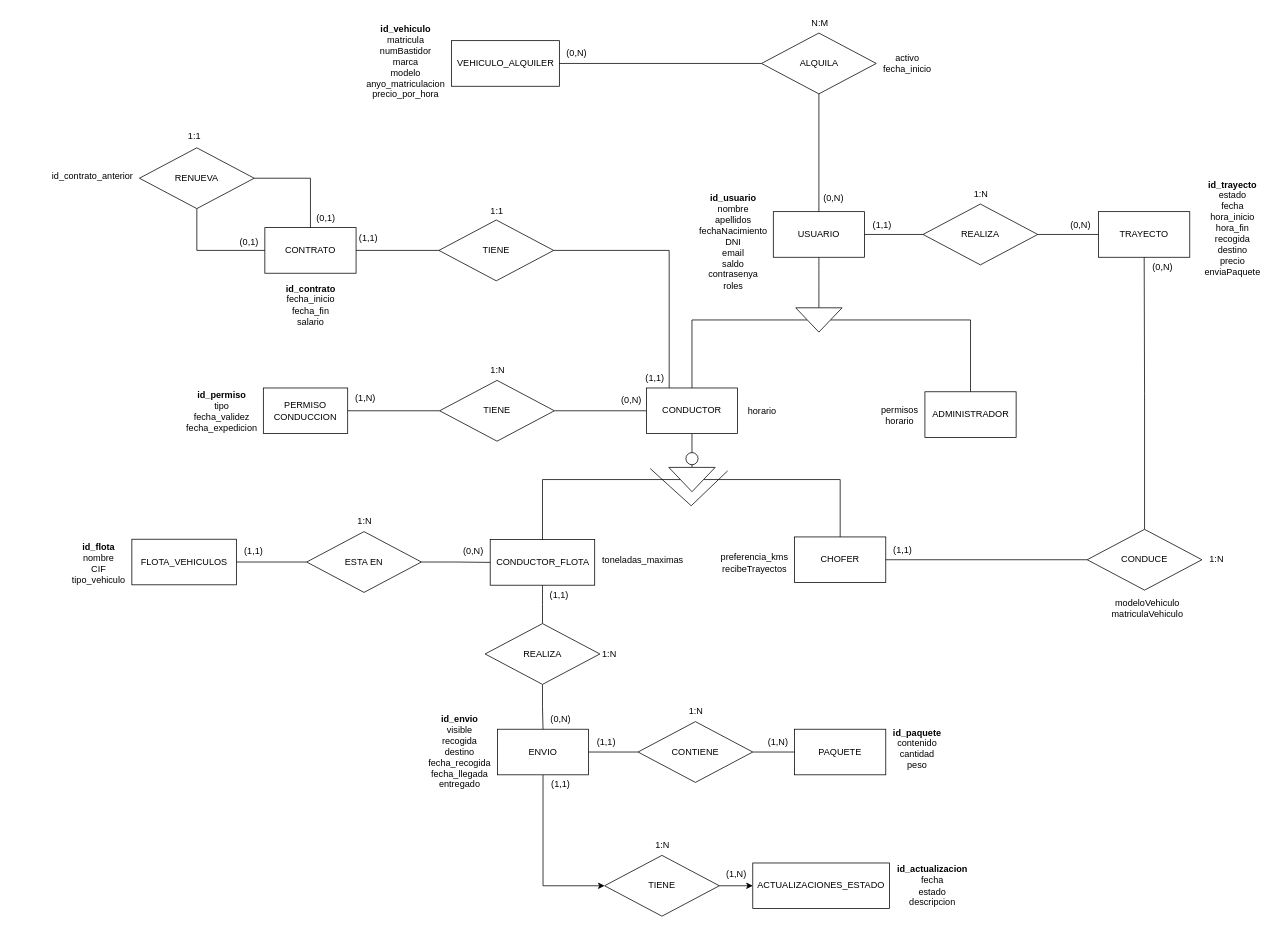
Above: Documentation/Diagrams/MER.drawio in Jojo1542/Proyecto-Drivehub (draw.io), before the change. Source tidied: cells renumbered, new cells numbered last; positions are measured from the earlier drawing's top-left corner, leaving out a move shared by most shapes. Both pictures are drawn from the tidied source at 76%, with x=0, y=0 at pixel (44, 13).
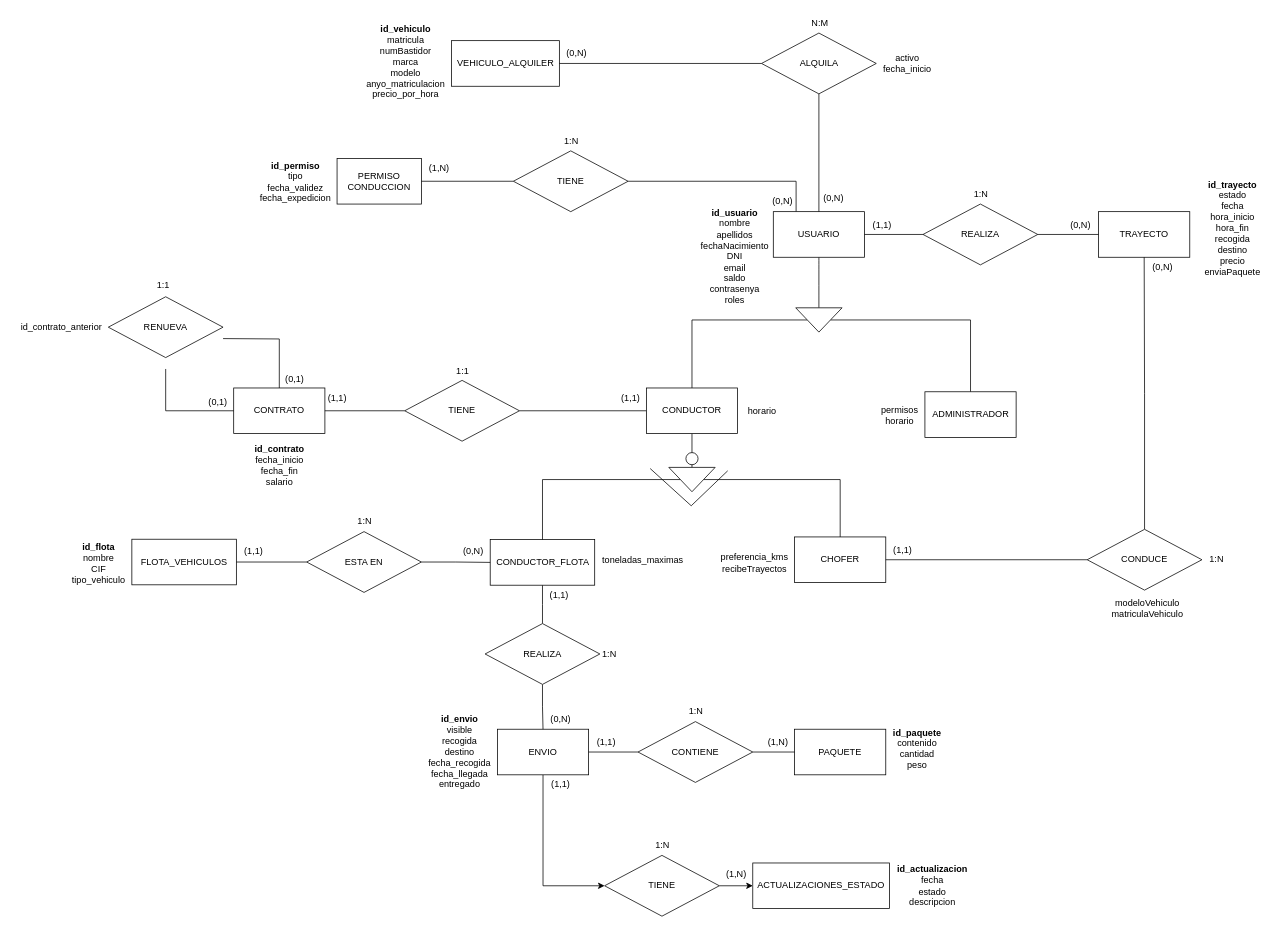
The same diagram, later.

The change refers to these unchanged cells:
```xml
<mxCell id="3" value="USUARIO" style="rounded=0;whiteSpace=wrap;html=1;" parent="1" vertex="1">
  <mxGeometry x="959" y="261" width="120" height="60" as="geometry" />
</mxCell>
<mxCell id="31" value="CONDUCTOR" style="rounded=0;whiteSpace=wrap;html=1;" parent="1" vertex="1">
  <mxGeometry x="792" y="493" width="120" height="60" as="geometry" />
</mxCell>
```

What changed in the source:
```diff
@@
+    <mxCell id="101" style="edgeStyle=orthogonalEdgeStyle;rounded=0;jettySize=auto;html=1;exitX=0.25;exitY=0;exitDx=0;exitDy=0;entryX=1;entryY=0.5;entryDx=0;entryDy=0;endArrow=none;endFill=0;" parent="1" edge="1" source="3" target="28">
+      <mxGeometry relative="1" as="geometry" />
+    </mxCell>
@@
     <mxCell id="8" value="&lt;b&gt;id_usuario&lt;/b&gt;&lt;div&gt;nombre&lt;/div&gt;&lt;div&gt;apellidos&lt;/div&gt;&lt;div&gt;fechaNacimiento&lt;/div&gt;&lt;div&gt;DNI&lt;/div&gt;&lt;div&gt;email&lt;/div&gt;&lt;div&gt;saldo&lt;/div&gt;&lt;div&gt;contrasenya&lt;br&gt;&lt;/div&gt;&lt;div&gt;roles&lt;/div&gt;" style="text;html=1;align=center;verticalAlign=middle;strokeColor=none;fillColor=none;" parent="1" vertex="1">
-      <mxGeometry x="852" y="232" width="107" height="138" as="geometry" />
+      <mxGeometry x="854" y="251" width="107" height="138" as="geometry" />
     </mxCell>
     <mxCell id="9" value="PERMISO&lt;br&gt;CONDUCCION" style="rounded=0;whiteSpace=wrap;html=1;" parent="1" vertex="1">
-      <mxGeometry x="288" y="493" width="111" height="60" as="geometry" />
+      <mxGeometry x="385" y="191" width="111" height="60" as="geometry" />
     </mxCell>
     <mxCell id="10" value="&lt;b&gt;id_permiso&lt;/b&gt;&lt;div&gt;tipo&lt;/div&gt;&lt;div&gt;&lt;div&gt;fecha_validez&lt;/div&gt;&lt;div&gt;fecha_expedicion&lt;/div&gt;&lt;/div&gt;" style="text;html=1;align=center;verticalAlign=middle;strokeColor=none;fillColor=none;" parent="1" vertex="1">
-      <mxGeometry x="177" y="489" width="111" height="70" as="geometry" />
+      <mxGeometry x="274" y="187" width="111" height="70" as="geometry" />
     </mxCell>
@@
-    <mxCell id="27" style="edgeStyle=orthogonalEdgeStyle;rounded=0;jettySize=auto;html=1;endArrow=none;endFill=0;" parent="1" edge="1" source="28" target="31">
-      <mxGeometry relative="1" as="geometry" />
-    </mxCell>
     <mxCell id="28" value="TIENE" style="rhombus;whiteSpace=wrap;html=1;" parent="1" vertex="1">
-      <mxGeometry x="520" y="483" width="151" height="80" as="geometry" />
+      <mxGeometry x="617" y="181" width="151" height="80" as="geometry" />
     </mxCell>
@@
-    <mxCell id="30" style="edgeStyle=orthogonalEdgeStyle;rounded=0;jettySize=auto;html=1;exitX=0.25;exitY=0;exitDx=0;exitDy=0;entryX=1;entryY=0.5;entryDx=0;entryDy=0;endArrow=none;endFill=0;" parent="1" edge="1" source="31" target="51">
+    <mxCell id="30" style="edgeStyle=orthogonalEdgeStyle;rounded=0;jettySize=auto;html=1;endArrow=none;endFill=0;" parent="1" edge="1" source="31" target="51">
       <mxGeometry relative="1" as="geometry" />
     </mxCell>
@@
     <mxCell id="38" value="1:N" style="text;html=1;align=center;verticalAlign=middle;strokeColor=none;fillColor=none;" parent="1" vertex="1">
-      <mxGeometry x="577.5" y="457" width="37" height="26" as="geometry" />
+      <mxGeometry x="674.5" y="155" width="37" height="26" as="geometry" />
     </mxCell>
     <mxCell id="39" value="(0,N)" style="text;html=1;align=center;verticalAlign=middle;strokeColor=none;fillColor=none;" parent="1" vertex="1">
-      <mxGeometry x="749" y="495.5" width="45" height="26" as="geometry" />
+      <mxGeometry x="948" y="235" width="45" height="26" as="geometry" />
     </mxCell>
     <mxCell id="40" value="(1,N)" style="text;html=1;align=center;verticalAlign=middle;strokeColor=none;fillColor=none;" parent="1" vertex="1">
-      <mxGeometry x="399" y="493" width="45" height="26" as="geometry" />
+      <mxGeometry x="496" y="191" width="45" height="26" as="geometry" />
     </mxCell>
     <mxCell id="41" value="CONTRATO" style="rounded=0;whiteSpace=wrap;html=1;" parent="1" vertex="1">
-      <mxGeometry x="290" y="282" width="120" height="60" as="geometry" />
+      <mxGeometry x="249" y="493" width="120" height="60" as="geometry" />
     </mxCell>
     <mxCell id="42" value="&lt;div&gt;&lt;div&gt;&lt;b&gt;id_contrato&lt;/b&gt;&lt;/div&gt;&lt;/div&gt;&lt;div&gt;fecha_inicio&lt;/div&gt;&lt;div&gt;fecha_fin&lt;/div&gt;&lt;div&gt;&lt;span style=&quot;background-color: initial;&quot;&gt;salario&lt;/span&gt;&lt;br&gt;&lt;/div&gt;" style="text;html=1;align=center;verticalAlign=middle;strokeColor=none;fillColor=none;" parent="1" vertex="1">
-      <mxGeometry x="308.5" y="349" width="83" height="70" as="geometry" />
+      <mxGeometry x="267.5" y="560" width="83" height="70" as="geometry" />
     </mxCell>
-    <mxCell id="43" style="edgeStyle=orthogonalEdgeStyle;rounded=0;jettySize=auto;html=1;entryX=0.5;entryY=0;entryDx=0;entryDy=0;endArrow=none;endFill=0;" parent="1" edge="1" source="45" target="41">
-      <mxGeometry relative="1" as="geometry" />
+    <mxCell id="43" style="edgeStyle=orthogonalEdgeStyle;rounded=0;jettySize=auto;html=1;entryX=0.5;entryY=0;entryDx=0;entryDy=0;endArrow=none;endFill=0;" parent="1" edge="1" target="41">
+      <mxGeometry relative="1" as="geometry">
+        <mxPoint x="235" y="428" as="sourcePoint" />
+      </mxGeometry>
     </mxCell>
-    <mxCell id="44" style="edgeStyle=orthogonalEdgeStyle;rounded=0;jettySize=auto;html=1;entryX=0;entryY=0.5;entryDx=0;entryDy=0;endArrow=none;endFill=0;" parent="1" edge="1" source="45" target="41">
+    <mxCell id="44" style="edgeStyle=orthogonalEdgeStyle;rounded=0;jettySize=auto;html=1;entryX=0;entryY=0.5;entryDx=0;entryDy=0;endArrow=none;endFill=0;" parent="1" edge="1" target="41">
       <mxGeometry relative="1" as="geometry">
+        <mxPoint x="159.5" y="468" as="sourcePoint" />
         <Array as="points">
-          <mxPoint x="200" y="312" />
+          <mxPoint x="159" y="523" />
         </Array>
       </mxGeometry>
     </mxCell>
     <mxCell id="45" value="RENUEVA" style="rhombus;whiteSpace=wrap;html=1;" parent="1" vertex="1">
-      <mxGeometry x="125" y="177" width="151" height="80" as="geometry" />
+      <mxGeometry x="84" y="373" width="151" height="80" as="geometry" />
     </mxCell>
     <mxCell id="46" value="id_contrato_anterior" style="text;html=1;align=center;verticalAlign=middle;strokeColor=none;fillColor=none;" parent="1" vertex="1">
-      <mxGeometry y="201" width="125" height="26" as="geometry" />
+      <mxGeometry x="-41" y="400" width="125" height="26" as="geometry" />
     </mxCell>
     <mxCell id="47" value="1:1" style="text;html=1;align=center;verticalAlign=middle;strokeColor=none;fillColor=none;" parent="1" vertex="1">
-      <mxGeometry x="179" y="149" width="35" height="26" as="geometry" />
+      <mxGeometry x="138" y="345" width="35" height="26" as="geometry" />
     </mxCell>
     <mxCell id="48" value="(0,1)" style="text;html=1;align=center;verticalAlign=middle;strokeColor=none;fillColor=none;" parent="1" vertex="1">
-      <mxGeometry x="348.5" y="257" width="43" height="26" as="geometry" />
+      <mxGeometry x="307.5" y="468" width="43" height="26" as="geometry" />
     </mxCell>
     <mxCell id="49" value="(0,1)" style="text;html=1;align=center;verticalAlign=middle;strokeColor=none;fillColor=none;" parent="1" vertex="1">
-      <mxGeometry x="247" y="288" width="43" height="26" as="geometry" />
+      <mxGeometry x="206" y="499" width="43" height="26" as="geometry" />
     </mxCell>
@@
     <mxCell id="51" value="TIENE" style="rhombus;whiteSpace=wrap;html=1;" parent="1" vertex="1">
-      <mxGeometry x="519" y="272" width="151" height="80" as="geometry" />
+      <mxGeometry x="474" y="483" width="151" height="80" as="geometry" />
     </mxCell>
     <mxCell id="52" value="1:1" style="text;html=1;align=center;verticalAlign=middle;strokeColor=none;fillColor=none;" parent="1" vertex="1">
-      <mxGeometry x="577.5" y="248" width="35" height="26" as="geometry" />
+      <mxGeometry x="532" y="458" width="35" height="26" as="geometry" />
     </mxCell>
     <mxCell id="53" value="(1,1)" style="text;html=1;align=center;verticalAlign=middle;strokeColor=none;fillColor=none;" parent="1" vertex="1">
-      <mxGeometry x="781" y="467" width="43" height="26" as="geometry" />
+      <mxGeometry x="749" y="493" width="43" height="26" as="geometry" />
     </mxCell>
     <mxCell id="54" value="(1,1)" style="text;html=1;align=center;verticalAlign=middle;strokeColor=none;fillColor=none;" parent="1" vertex="1">
-      <mxGeometry x="404" y="283" width="43" height="26" as="geometry" />
+      <mxGeometry x="363" y="494" width="43" height="26" as="geometry" />
     </mxCell>
```
